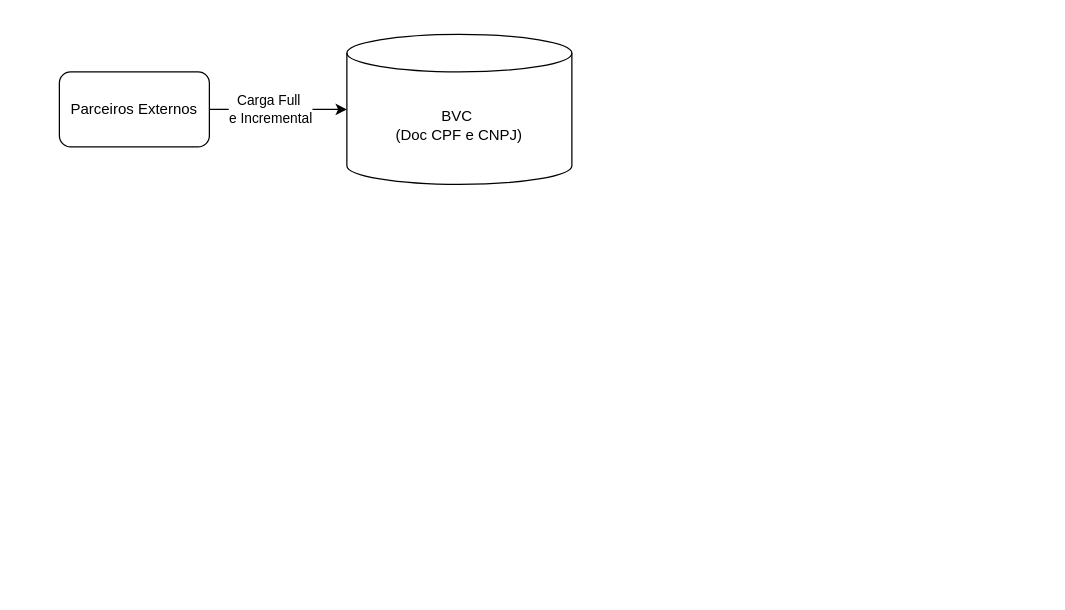
Earlier version of the draw.io diagram page "Página-1" (1 of 2) of NFCOM Bureau x BVC.drawio (samirali/ClaroBrasil). Source tidied: cells renumbered, new cells numbered last; positions are measured from the earlier drawing's top-left corner, leaving out a move shared by most shapes. Both pictures are drawn from the tidied source at 125%, with x=0, y=0 at pixel (59, 34).
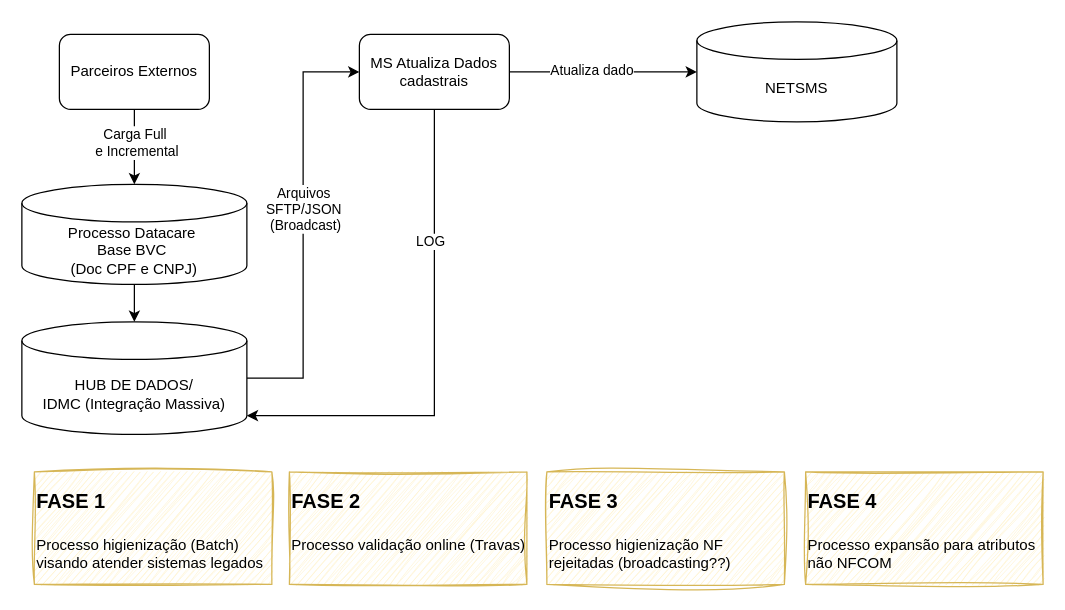
The same page after the edit.

What changed in the source:
```diff
@@
+    <mxCell id="6" style="edgeStyle=orthogonalEdgeStyle;rounded=0;jettySize=auto;html=1;" parent="1" edge="1" source="2" target="15">
+      <mxGeometry relative="1" as="geometry" />
+    </mxCell>
-    <mxCell id="2" value="BVC&amp;nbsp;&lt;div&gt;(Doc CPF e CNPJ)&lt;/div&gt;" style="shape=cylinder3;whiteSpace=wrap;html=1;boundedLbl=1;backgroundOutline=1;size=15;" parent="1" vertex="1">
-      <mxGeometry x="230" width="180" height="120" as="geometry" />
+    <mxCell id="2" value="Processo Datacare&amp;nbsp;&lt;div&gt;Base BVC&amp;nbsp;&lt;div&gt;(Doc CPF e CNPJ)&lt;/div&gt;&lt;/div&gt;" style="shape=cylinder3;whiteSpace=wrap;html=1;boundedLbl=1;backgroundOutline=1;size=15;" parent="1" vertex="1">
+      <mxGeometry x="-30" y="120" width="180" height="80" as="geometry" />
     </mxCell>
     <mxCell id="3" value="Parceiros Externos" style="rounded=1;whiteSpace=wrap;html=1;" parent="1" vertex="1">
-      <mxGeometry y="30" width="120" height="60" as="geometry" />
+      <mxGeometry width="120" height="60" as="geometry" />
     </mxCell>
-    <mxCell id="4" style="edgeStyle=orthogonalEdgeStyle;rounded=0;jettySize=auto;html=1;entryX=0;entryY=0.5;entryDx=0;entryDy=0;entryPerimeter=0;" parent="1" edge="1" source="3" target="2">
+    <mxCell id="4" style="edgeStyle=orthogonalEdgeStyle;rounded=0;jettySize=auto;html=1;entryX=0.5;entryY=0;entryDx=0;entryDy=0;entryPerimeter=0;" parent="1" edge="1" source="3" target="2">
       <mxGeometry relative="1" as="geometry" />
     </mxCell>
@@
+    <mxCell id="7" value="&lt;h1 style=&quot;margin-top: 0px;&quot;&gt;&lt;font style=&quot;font-size: 16px;&quot;&gt;FASE 1&lt;/font&gt;&lt;/h1&gt;&lt;p&gt;Processo higienização (Batch) visando atender sistemas legados&lt;/p&gt;" style="text;html=1;whiteSpace=wrap;overflow=hidden;rounded=0;strokeColor=#d6b656;fillColor=#fff2cc;sketch=1;curveFitting=1;jiggle=2;" parent="1" vertex="1">
+      <mxGeometry x="-20" y="350" width="190" height="90" as="geometry" />
+    </mxCell>
+    <mxCell id="8" value="&lt;h1 style=&quot;margin-top: 0px;&quot;&gt;&lt;font style=&quot;font-size: 16px;&quot;&gt;FASE 2&lt;/font&gt;&lt;/h1&gt;&lt;p&gt;Processo validação online (Travas)&lt;/p&gt;" style="text;html=1;whiteSpace=wrap;overflow=hidden;rounded=0;strokeColor=#d6b656;fillColor=#fff2cc;sketch=1;curveFitting=1;jiggle=2;" parent="1" vertex="1">
+      <mxGeometry x="184" y="350" width="190" height="90" as="geometry" />
+    </mxCell>
+    <mxCell id="9" value="&lt;h1 style=&quot;margin-top: 0px;&quot;&gt;&lt;font style=&quot;font-size: 16px;&quot;&gt;FASE 3&lt;/font&gt;&lt;/h1&gt;&lt;p&gt;Processo higienização NF rejeitadas (broadcasting??)&lt;/p&gt;" style="text;html=1;whiteSpace=wrap;overflow=hidden;rounded=0;strokeColor=#d6b656;fillColor=#fff2cc;sketch=1;curveFitting=1;jiggle=2;" parent="1" vertex="1">
+      <mxGeometry x="390" y="350" width="190" height="90" as="geometry" />
+    </mxCell>
+    <mxCell id="10" value="&lt;h1 style=&quot;margin-top: 0px;&quot;&gt;&lt;font style=&quot;font-size: 16px;&quot;&gt;FASE 4&lt;/font&gt;&lt;/h1&gt;&lt;p&gt;Processo expansão para atributos não NFCOM&lt;/p&gt;" style="text;html=1;whiteSpace=wrap;overflow=hidden;rounded=0;strokeColor=#d6b656;fillColor=#fff2cc;sketch=1;curveFitting=1;jiggle=2;" parent="1" vertex="1">
+      <mxGeometry x="597" y="350" width="190" height="90" as="geometry" />
+    </mxCell>
+    <mxCell id="11" value="NETSMS" style="shape=cylinder3;whiteSpace=wrap;html=1;boundedLbl=1;backgroundOutline=1;size=15;" parent="1" vertex="1">
+      <mxGeometry x="510" y="-10" width="160" height="80" as="geometry" />
+    </mxCell>
+    <mxCell id="12" value="MS Atualiza Dados cadastrais" style="rounded=1;whiteSpace=wrap;html=1;" parent="1" vertex="1">
+      <mxGeometry x="240" width="120" height="60" as="geometry" />
+    </mxCell>
+    <mxCell id="13" style="edgeStyle=orthogonalEdgeStyle;rounded=0;jettySize=auto;html=1;entryX=0;entryY=0.5;entryDx=0;entryDy=0;" parent="1" edge="1" source="15" target="12">
+      <mxGeometry relative="1" as="geometry" />
+    </mxCell>
+    <mxCell id="14" value="Arquivos&amp;nbsp;&lt;div&gt;SFTP/JSON&amp;nbsp;&lt;div&gt;(Broadcast)&lt;/div&gt;&lt;/div&gt;" style="edgeLabel;html=1;align=center;verticalAlign=middle;" parent="13" vertex="1">
+      <mxGeometry x="0.08" y="-1" relative="1" as="geometry" />
+    </mxCell>
+    <mxCell id="15" value="HUB DE DADOS/&lt;div&gt;IDMC (Integração Massiva)&lt;/div&gt;" style="shape=cylinder3;whiteSpace=wrap;html=1;boundedLbl=1;backgroundOutline=1;size=15;" parent="1" vertex="1">
+      <mxGeometry x="-30" y="230" width="180" height="90" as="geometry" />
+    </mxCell>
+    <mxCell id="16" style="edgeStyle=orthogonalEdgeStyle;rounded=0;jettySize=auto;html=1;entryX=1;entryY=1;entryDx=0;entryDy=-15;entryPerimeter=0;" parent="1" edge="1" source="12" target="15">
+      <mxGeometry relative="1" as="geometry">
+        <Array as="points">
+          <mxPoint x="300" y="305" />
+        </Array>
+      </mxGeometry>
+    </mxCell>
+    <mxCell id="17" value="LOG" style="edgeLabel;html=1;align=center;verticalAlign=middle;" parent="16" vertex="1">
+      <mxGeometry x="-0.47" y="-4" relative="1" as="geometry" />
+    </mxCell>
+    <mxCell id="18" style="edgeStyle=orthogonalEdgeStyle;rounded=0;jettySize=auto;html=1;entryX=0;entryY=0.5;entryDx=0;entryDy=0;entryPerimeter=0;" parent="1" edge="1" source="12" target="11">
+      <mxGeometry relative="1" as="geometry" />
+    </mxCell>
+    <mxCell id="19" value="Atualiza dado" style="edgeLabel;html=1;align=center;verticalAlign=middle;" parent="18" vertex="1">
+      <mxGeometry x="-0.13" y="2" relative="1" as="geometry" />
+    </mxCell>
```
